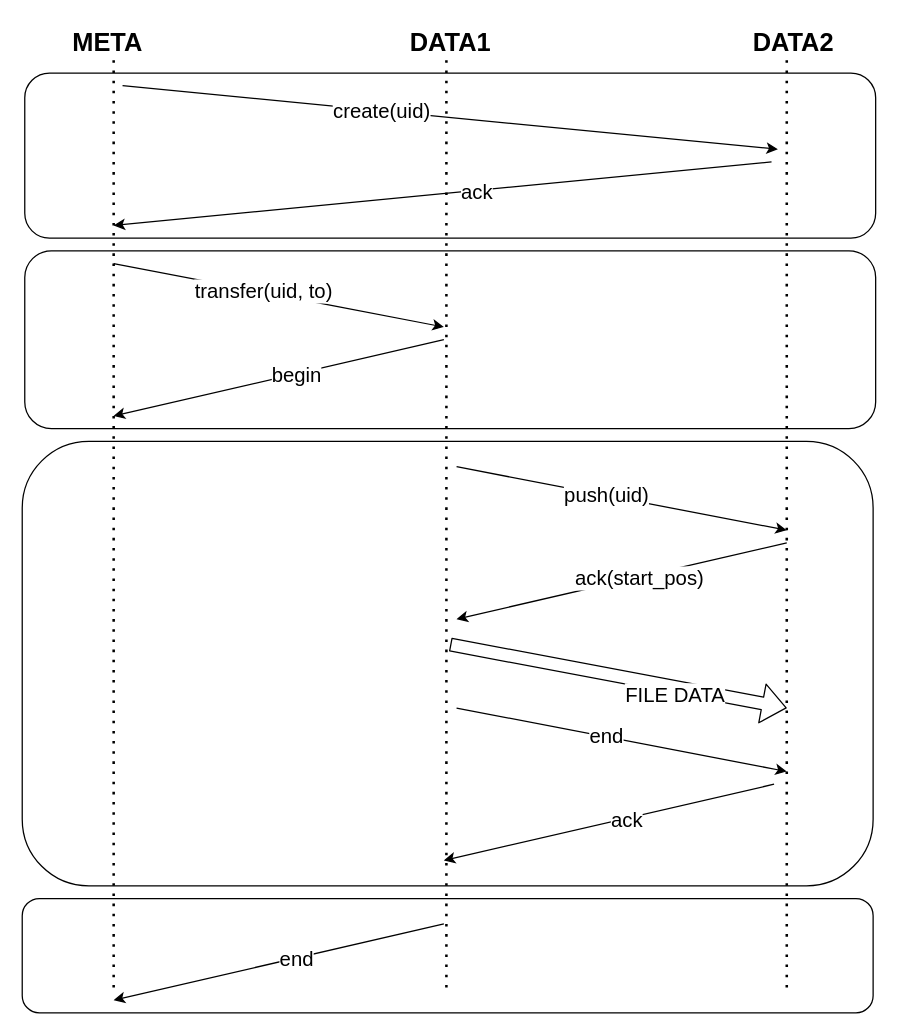
Before: diagrams/requests/transfer request.drawio in ale99WGiais/tesina_iot, a draw.io diagram. Source tidied: cells renumbered, new cells numbered last; positions are measured from the earlier drawing's top-left corner, leaving out a move shared by most shapes. Both pictures are drawn from the tidied source at 127%, with x=0, y=0 at pixel (22, 22).
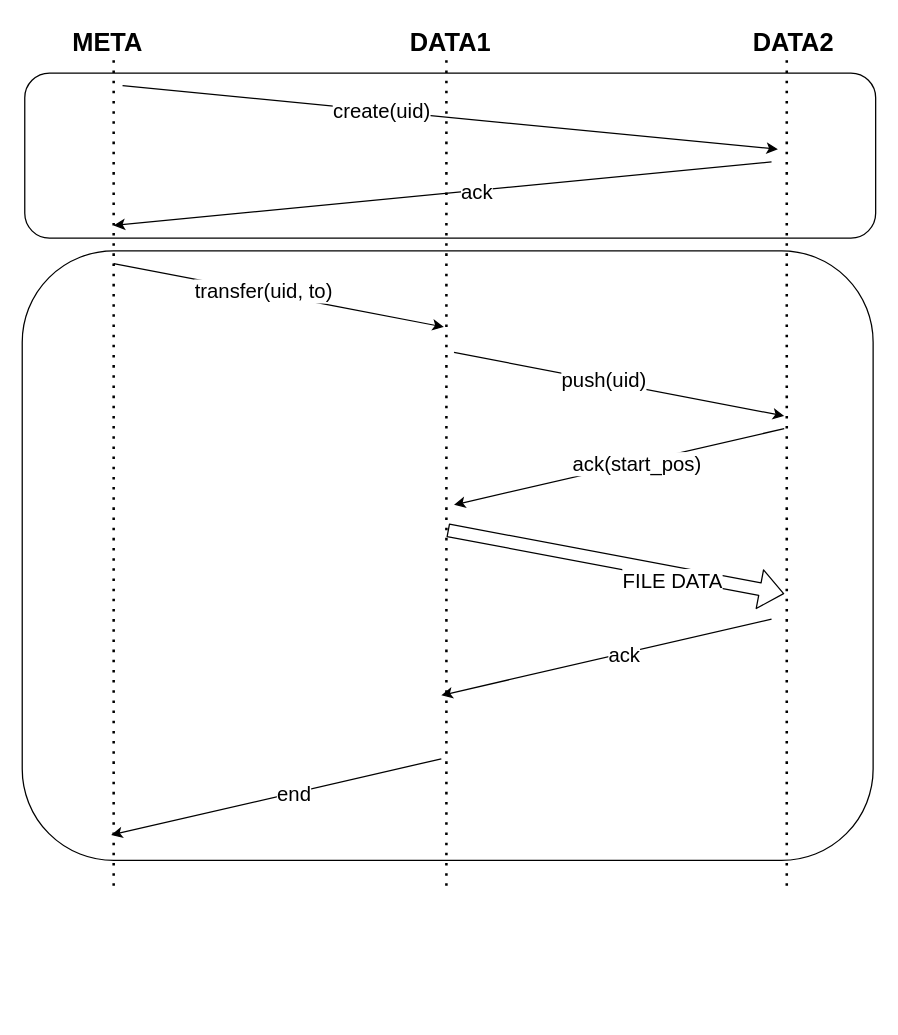
Above is the later version.

The edit, as a diff of the source:
```diff
@@
-    <mxCell id="2" style="rounded=1;whiteSpace=wrap;html=1;" parent="1" vertex="1">
-      <mxGeometry y="690" width="670" height="90" as="geometry" />
-    </mxCell>
     <mxCell id="3" style="rounded=1;whiteSpace=wrap;html=1;" parent="1" vertex="1">
-      <mxGeometry y="330" width="670" height="350" as="geometry" />
+      <mxGeometry y="180" width="670" height="480" as="geometry" />
     </mxCell>
-    <mxCell id="4" style="rounded=1;whiteSpace=wrap;html=1;" parent="1" vertex="1">
-      <mxGeometry x="2" y="180" width="670" height="140" as="geometry" />
-    </mxCell>
@@
     <mxCell id="8" style="endArrow=none;dashed=1;html=1;dashPattern=1 3;strokeWidth=2;fontSize=12;" parent="1" edge="1">
       <mxGeometry relative="1" as="geometry">
-        <mxPoint x="334" y="760" as="sourcePoint" />
+        <mxPoint x="334" y="680" as="sourcePoint" />
         <mxPoint x="334" y="30" as="targetPoint" />
       </mxGeometry>
     </mxCell>
@@
     <mxCell id="14" style="endArrow=none;dashed=1;html=1;dashPattern=1 3;strokeWidth=2;fontSize=12;" parent="1" edge="1">
       <mxGeometry relative="1" as="geometry">
-        <mxPoint x="72" y="760" as="sourcePoint" />
+        <mxPoint x="72" y="680" as="sourcePoint" />
         <mxPoint x="72" y="30" as="targetPoint" />
       </mxGeometry>
     </mxCell>
     <mxCell id="15" style="endArrow=none;dashed=1;html=1;dashPattern=1 3;strokeWidth=2;fontSize=12;" parent="1" edge="1">
       <mxGeometry relative="1" as="geometry">
-        <mxPoint x="602" y="760" as="sourcePoint" />
+        <mxPoint x="602" y="680" as="sourcePoint" />
         <mxPoint x="602" y="30" as="targetPoint" />
       </mxGeometry>
     </mxCell>
-    <mxCell id="16" style="endArrow=classic;html=1;fontSize=20;" parent="1" edge="1">
-      <mxGeometry relative="1" as="geometry">
-        <mxPoint x="332" y="250" as="sourcePoint" />
-        <mxPoint x="72" y="310" as="targetPoint" />
-      </mxGeometry>
-    </mxCell>
-    <mxCell id="17" value="begin" style="edgeLabel;html=1;align=center;verticalAlign=middle;fontSize=16;" parent="16" vertex="1">
-      <mxGeometry x="-0.1" y="1" relative="1" as="geometry" />
-    </mxCell>
@@
     <mxCell id="20" style="shape=flexArrow;endArrow=classic;html=1;fontSize=16;" parent="1" edge="1">
       <mxGeometry relative="1" as="geometry">
-        <mxPoint x="337" y="490" as="sourcePoint" />
-        <mxPoint x="602" y="540" as="targetPoint" />
+        <mxPoint x="335" y="400" as="sourcePoint" />
+        <mxPoint x="600" y="450" as="targetPoint" />
       </mxGeometry>
     </mxCell>
@@
-    <mxCell id="22" style="endArrow=classic;html=1;fontSize=20;" parent="1" edge="1">
-      <mxGeometry relative="1" as="geometry">
-        <mxPoint x="342" y="540" as="sourcePoint" />
-        <mxPoint x="602" y="590" as="targetPoint" />
-      </mxGeometry>
-    </mxCell>
-    <mxCell id="23" value="&lt;div&gt;end&lt;/div&gt;" style="edgeLabel;html=1;align=center;verticalAlign=middle;fontSize=16;" parent="22" vertex="1">
-      <mxGeometry x="-0.1" y="1" relative="1" as="geometry" />
-    </mxCell>
     <mxCell id="24" style="endArrow=classic;html=1;fontSize=20;" parent="1" edge="1">
       <mxGeometry relative="1" as="geometry">
-        <mxPoint x="602" y="410" as="sourcePoint" />
-        <mxPoint x="342" y="470" as="targetPoint" />
+        <mxPoint x="600" y="320" as="sourcePoint" />
+        <mxPoint x="340" y="380" as="targetPoint" />
       </mxGeometry>
     </mxCell>
@@
     <mxCell id="26" style="endArrow=classic;html=1;fontSize=20;" parent="1" edge="1">
       <mxGeometry relative="1" as="geometry">
-        <mxPoint x="342" y="350" as="sourcePoint" />
-        <mxPoint x="602" y="400" as="targetPoint" />
+        <mxPoint x="340" y="260" as="sourcePoint" />
+        <mxPoint x="600" y="310" as="targetPoint" />
       </mxGeometry>
     </mxCell>
@@
     <mxCell id="28" style="endArrow=classic;html=1;fontSize=20;" parent="1" edge="1">
       <mxGeometry relative="1" as="geometry">
-        <mxPoint x="592" y="600" as="sourcePoint" />
-        <mxPoint x="332" y="660" as="targetPoint" />
+        <mxPoint x="590" y="470" as="sourcePoint" />
+        <mxPoint x="330" y="530" as="targetPoint" />
       </mxGeometry>
     </mxCell>
@@
     <mxCell id="30" style="endArrow=classic;html=1;fontSize=20;" parent="1" edge="1">
       <mxGeometry relative="1" as="geometry">
-        <mxPoint x="332" y="710" as="sourcePoint" />
-        <mxPoint x="72" y="770" as="targetPoint" />
+        <mxPoint x="330" y="580" as="sourcePoint" />
+        <mxPoint x="70" y="640" as="targetPoint" />
       </mxGeometry>
     </mxCell>
```
